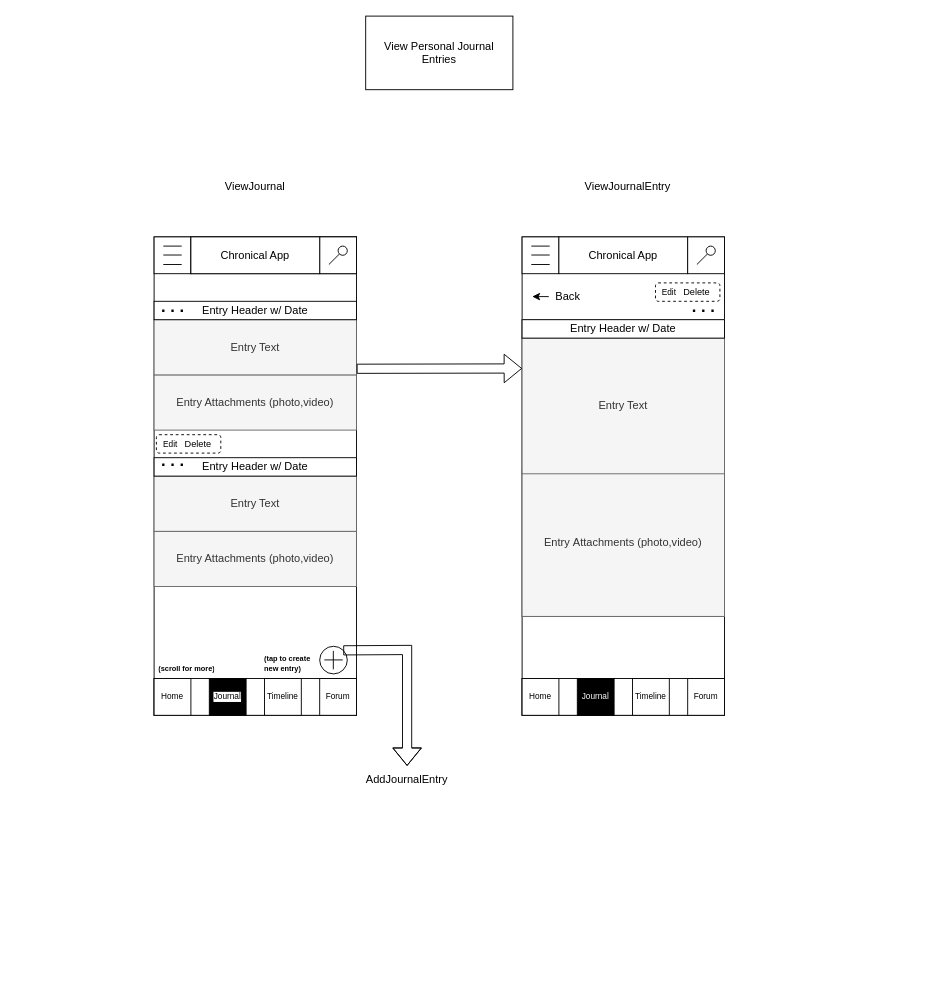
Before: page "ViewJournal" (6 of 19) of Chronicle_Initial_App_Wireframe_Designs.drawio in Vaibhav-G-Parmar/Chronicle-Your-Ultimate-Travel-Companion, a draw.io diagram. Source tidied: cells renumbered, new cells numbered last; positions are measured from the earlier drawing's top-left corner, leaving out a move shared by most shapes. Both pictures are drawn from the tidied source at 92%, with x=0, y=0 at pixel (154, 16).
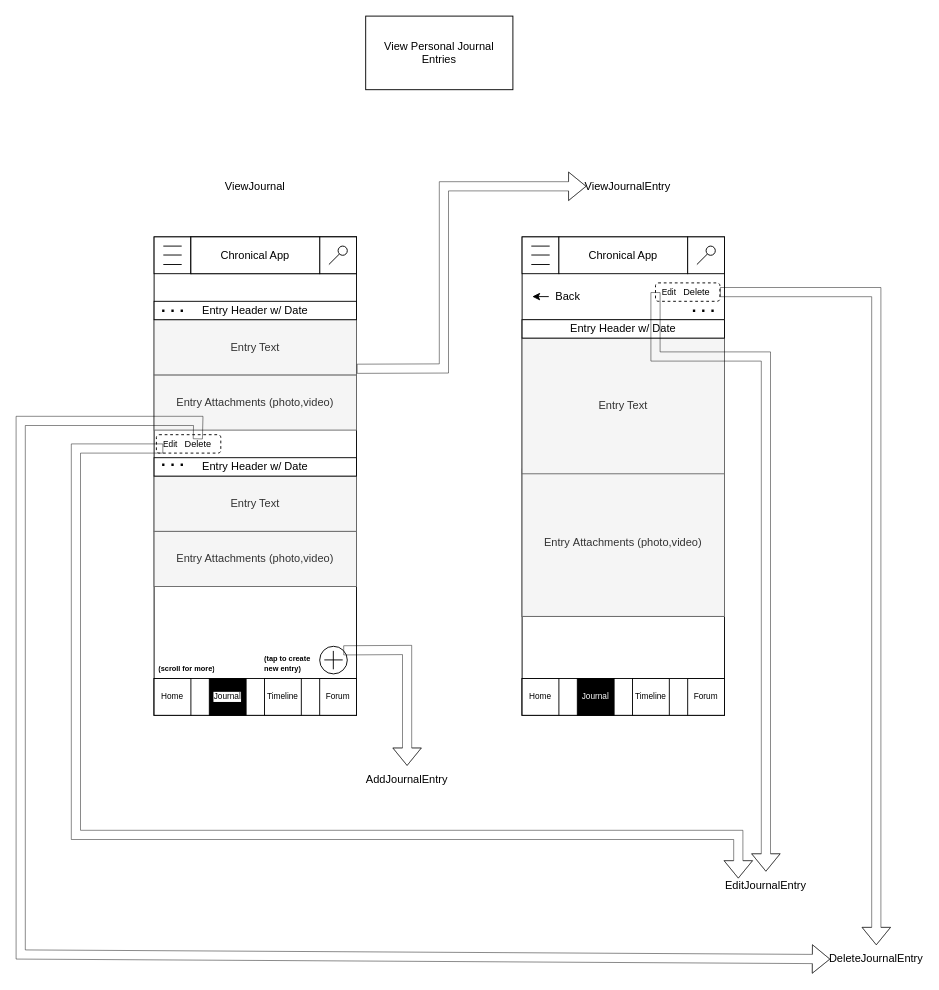
Above is the later version.

Unchanged cells that the change refers to:
```xml
<mxCell id="17" value="Entry Text" style="rounded=0;whiteSpace=wrap;html=1;fillColor=#f5f5f5;fontColor=#333333;strokeColor=#666666;" parent="1" vertex="1">
  <mxGeometry y="330" width="220" height="60" as="geometry" />
</mxCell>
<mxCell id="22" style="ellipse;whiteSpace=wrap;html=1;" parent="1" vertex="1">
  <mxGeometry x="180" y="685" width="30" height="30" as="geometry" />
</mxCell>
<mxCell id="51" value="ViewJournalEntry" style="text;html=1;strokeColor=none;fillColor=none;align=center;verticalAlign=middle;whiteSpace=wrap;rounded=0;" parent="1" vertex="1">
  <mxGeometry x="470" y="170" width="90" height="30" as="geometry" />
</mxCell>
<mxCell id="53" value="AddJournalEntry" style="text;html=1;strokeColor=none;fillColor=none;align=center;verticalAlign=middle;whiteSpace=wrap;rounded=0;" parent="1" vertex="1">
  <mxGeometry x="245" y="815" width="60" height="30" as="geometry" />
</mxCell>
<mxCell id="57" value="&lt;font style=&quot;font-size: 9px;&quot;&gt;Edit&lt;/font&gt;" style="text;html=1;strokeColor=none;fillColor=none;align=center;verticalAlign=middle;whiteSpace=wrap;rounded=0;" parent="1" vertex="1">
  <mxGeometry x="2.5" y="460" width="30" height="10" as="geometry" />
</mxCell>
<mxCell id="58" value="&lt;font style=&quot;font-size: 10px;&quot;&gt;Delete&lt;/font&gt;" style="text;html=1;strokeColor=none;fillColor=none;align=center;verticalAlign=middle;whiteSpace=wrap;rounded=0;" parent="1" vertex="1">
  <mxGeometry x="32.5" y="460" width="30" height="10" as="geometry" />
</mxCell>
<mxCell id="60" value="&lt;font style=&quot;font-size: 9px;&quot;&gt;Edit&lt;/font&gt;" style="text;html=1;strokeColor=none;fillColor=none;align=center;verticalAlign=middle;whiteSpace=wrap;rounded=0;" parent="1" vertex="1">
  <mxGeometry x="545" y="295" width="30" height="10" as="geometry" />
</mxCell>
```

The edit, as a diff of the source:
```diff
@@
-    <mxCell id="49" style="shape=flexArrow;endArrow=classic;html=1;rounded=0;exitX=1.001;exitY=0.889;exitDx=0;exitDy=0;exitPerimeter=0;" parent="1" edge="1" source="17">
+    <mxCell id="49" style="shape=flexArrow;endArrow=classic;html=1;rounded=0;exitX=1.001;exitY=0.889;exitDx=0;exitDy=0;exitPerimeter=0;entryX=0;entryY=0.5;entryDx=0;entryDy=0;opacity=50;" parent="1" edge="1" source="17" target="51">
       <mxGeometry relative="1" as="geometry">
-        <mxPoint x="400" y="383" as="targetPoint" />
+        <Array as="points">
+          <mxPoint x="315" y="383" />
+          <mxPoint x="315" y="185" />
+        </Array>
       </mxGeometry>
     </mxCell>
@@
-    <mxCell id="52" style="shape=flexArrow;endArrow=classic;html=1;rounded=0;exitX=1;exitY=0;exitDx=0;exitDy=0;" parent="1" edge="1" source="22" target="53">
+    <mxCell id="52" style="shape=flexArrow;endArrow=classic;html=1;rounded=0;exitX=1;exitY=0;exitDx=0;exitDy=0;opacity=50;" parent="1" edge="1" source="22" target="53">
       <mxGeometry relative="1" as="geometry">
         <Array as="points">
           <mxPoint x="275" y="689" />
         </Array>
       </mxGeometry>
     </mxCell>
@@
+    <mxCell id="63" style="shape=flexArrow;endArrow=classic;html=1;rounded=0;exitX=0;exitY=0.5;exitDx=0;exitDy=0;opacity=50;" parent="1" edge="1" source="60" target="64">
+      <mxGeometry relative="1" as="geometry">
+        <Array as="points">
+          <mxPoint x="545" y="370" />
+          <mxPoint x="665" y="370" />
+        </Array>
+      </mxGeometry>
+    </mxCell>
+    <mxCell id="64" value="EditJournalEntry" style="text;html=1;strokeColor=none;fillColor=none;align=center;verticalAlign=middle;whiteSpace=wrap;rounded=0;" parent="1" vertex="1">
+      <mxGeometry x="635" y="930" width="60" height="30" as="geometry" />
+    </mxCell>
+    <mxCell id="65" style="shape=flexArrow;endArrow=classic;html=1;rounded=0;shadow=0;opacity=50;" parent="1" edge="1" target="66">
+      <mxGeometry relative="1" as="geometry">
+        <mxPoint x="615" y="300" as="sourcePoint" />
+        <Array as="points">
+          <mxPoint x="785" y="300" />
+        </Array>
+      </mxGeometry>
+    </mxCell>
+    <mxCell id="66" value="DeleteJournalEntry" style="text;html=1;strokeColor=none;fillColor=none;align=center;verticalAlign=middle;whiteSpace=wrap;rounded=0;" parent="1" vertex="1">
+      <mxGeometry x="755" y="1010" width="60" height="30" as="geometry" />
+    </mxCell>
+    <mxCell id="67" style="shape=flexArrow;endArrow=classic;html=1;rounded=0;exitX=0.25;exitY=1;exitDx=0;exitDy=0;entryX=0;entryY=0.25;entryDx=0;entryDy=0;opacity=50;" parent="1" edge="1" source="57" target="64">
+      <mxGeometry relative="1" as="geometry">
+        <Array as="points">
+          <mxPoint x="-85" y="470" />
+          <mxPoint x="-85" y="890" />
+          <mxPoint x="635" y="890" />
+        </Array>
+      </mxGeometry>
+    </mxCell>
+    <mxCell id="68" style="shape=flexArrow;endArrow=classic;html=1;rounded=0;exitX=0.5;exitY=0;exitDx=0;exitDy=0;opacity=50;" parent="1" edge="1" source="58">
+      <mxGeometry relative="1" as="geometry">
+        <mxPoint x="735" y="1025" as="targetPoint" />
+        <Array as="points">
+          <mxPoint x="48" y="440" />
+          <mxPoint x="-145" y="440" />
+          <mxPoint x="-145" y="1020" />
+        </Array>
+      </mxGeometry>
+    </mxCell>
```
